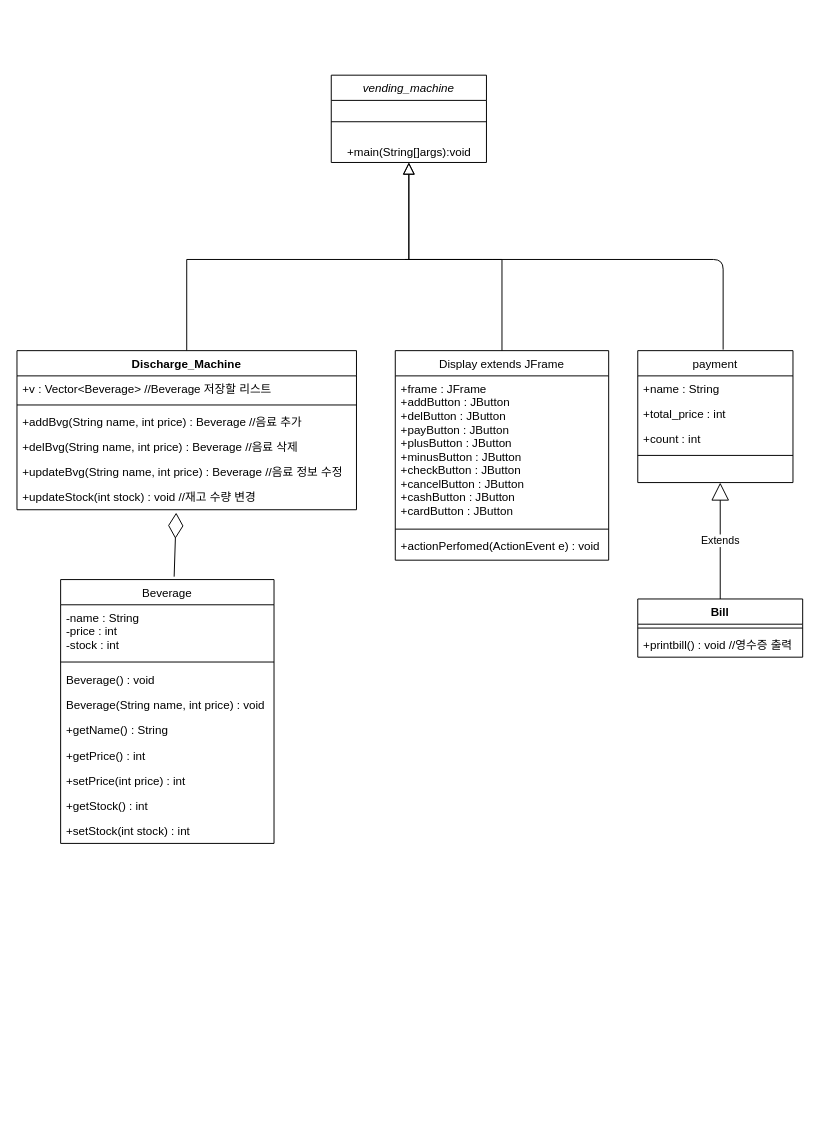
Before: Untitled Diagram.drawio in ans2568/Messenger, a draw.io diagram. Source tidied: cells renumbered, new cells numbered last; positions are measured from the earlier drawing's top-left corner, leaving out a move shared by most shapes. Both pictures are drawn from the tidied source at 97%, with x=0, y=0 at pixel (16, 75).
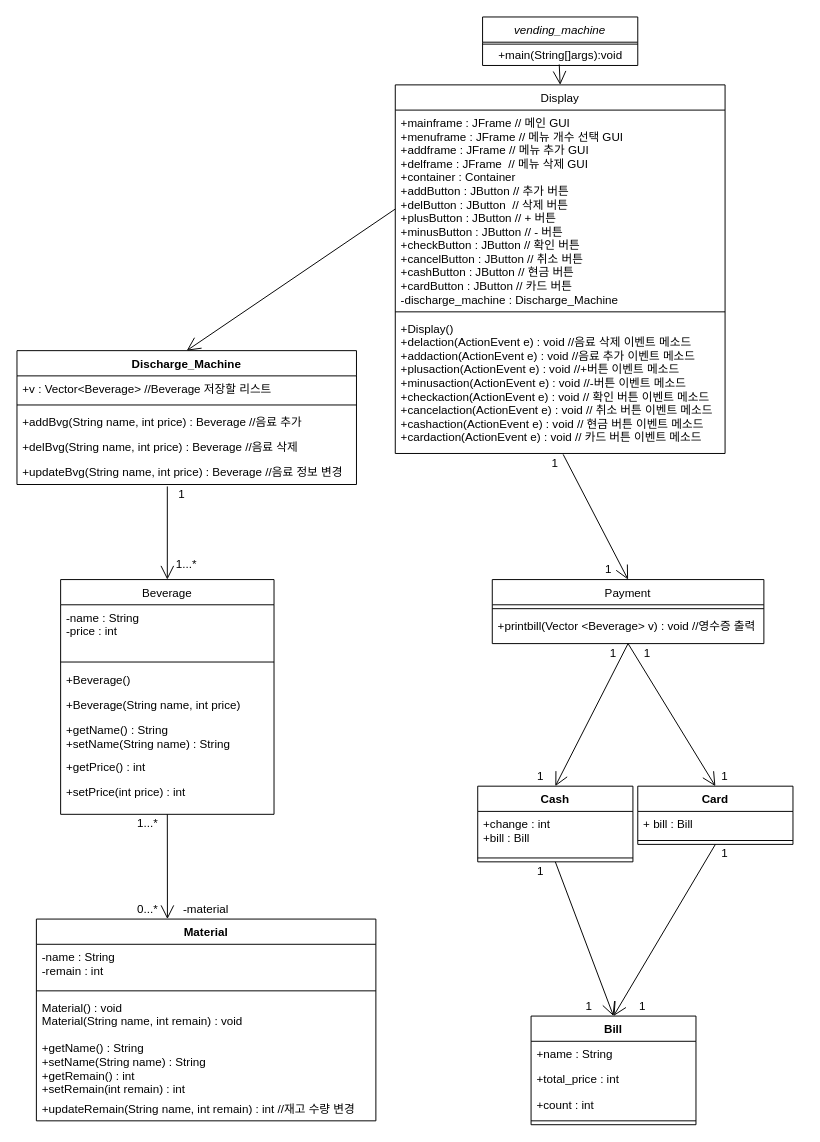
The same page after the edit.

What changed in the source:
```diff
@@
     <mxCell id="2" value="vending_machine" style="swimlane;fontStyle=2;align=center;verticalAlign=top;horizontal=1;startSize=26;rounded=0;shadow=0;strokeWidth=1;" parent="1" vertex="1">
-      <mxGeometry x="324" width="160" height="90" as="geometry" />
+      <mxGeometry x="480" y="-60" width="160" height="50" as="geometry" />
     </mxCell>
     <mxCell id="3" style="line;html=1;strokeWidth=1;align=left;verticalAlign=middle;spacingTop=-1;spacingLeft=3;spacingRight=3;labelPosition=right;" parent="2" vertex="1">
-      <mxGeometry y="26" width="160" height="44" as="geometry" />
+      <mxGeometry y="26" width="160" height="4" as="geometry" />
     </mxCell>
     <mxCell id="4" value="+main(String[]args):void" style="text;html=1;align=center;verticalAlign=middle;points=[];" parent="2" vertex="1">
-      <mxGeometry y="70" width="160" height="20" as="geometry" />
+      <mxGeometry y="30" width="160" height="20" as="geometry" />
     </mxCell>
     <mxCell id="5" value="Beverage" style="swimlane;fontStyle=0;align=center;verticalAlign=top;horizontal=1;startSize=26;rounded=0;shadow=0;strokeWidth=1;" parent="1" vertex="1">
-      <mxGeometry x="45" y="520" width="220" height="272" as="geometry" />
+      <mxGeometry x="45" y="520" width="220" height="242" as="geometry" />
     </mxCell>
-    <mxCell id="6" value="-name : String&#10;-price : int&#10;-stock : int" style="text;align=left;verticalAlign=top;spacingLeft=4;spacingRight=4;overflow=hidden;" parent="5" vertex="1">
+    <mxCell id="6" value="-name : String&#10;-price : int" style="text;align=left;verticalAlign=top;spacingLeft=4;spacingRight=4;overflow=hidden;" parent="5" vertex="1">
       <mxGeometry y="26" width="220" height="54" as="geometry" />
     </mxCell>
@@
-    <mxCell id="8" value="Beverage() : void" style="text;align=left;verticalAlign=top;spacingLeft=4;spacingRight=4;overflow=hidden;" parent="5" vertex="1">
+    <mxCell id="8" value="+Beverage()" style="text;align=left;verticalAlign=top;spacingLeft=4;spacingRight=4;overflow=hidden;" parent="5" vertex="1">
       <mxGeometry y="90" width="220" height="26" as="geometry" />
     </mxCell>
-    <mxCell id="9" value="Beverage(String name, int price) : void" style="text;align=left;verticalAlign=top;spacingLeft=4;spacingRight=4;overflow=hidden;" parent="5" vertex="1">
+    <mxCell id="9" value="+Beverage(String name, int price)" style="text;align=left;verticalAlign=top;spacingLeft=4;spacingRight=4;overflow=hidden;" parent="5" vertex="1">
       <mxGeometry y="116" width="220" height="26" as="geometry" />
     </mxCell>
-    <mxCell id="10" value="+getName() : String" style="text;align=left;verticalAlign=top;spacingLeft=4;spacingRight=4;overflow=hidden;" parent="5" vertex="1">
-      <mxGeometry y="142" width="220" height="26" as="geometry" />
+    <mxCell id="10" value="+getName() : String&#10;+setName(String name) : String" style="text;align=left;verticalAlign=top;spacingLeft=4;spacingRight=4;overflow=hidden;" parent="5" vertex="1">
+      <mxGeometry y="142" width="220" height="38" as="geometry" />
     </mxCell>
     <mxCell id="11" value="+getPrice() : int" style="text;align=left;verticalAlign=top;spacingLeft=4;spacingRight=4;overflow=hidden;" parent="5" vertex="1">
-      <mxGeometry y="168" width="220" height="26" as="geometry" />
+      <mxGeometry y="180" width="220" height="26" as="geometry" />
     </mxCell>
     <mxCell id="12" value="+setPrice(int price) : int" style="text;align=left;verticalAlign=top;spacingLeft=4;spacingRight=4;overflow=hidden;" parent="5" vertex="1">
-      <mxGeometry y="194" width="220" height="26" as="geometry" />
+      <mxGeometry y="206" width="220" height="26" as="geometry" />
     </mxCell>
-    <mxCell id="13" value="+getStock() : int" style="text;align=left;verticalAlign=top;spacingLeft=4;spacingRight=4;overflow=hidden;" parent="5" vertex="1">
-      <mxGeometry y="220" width="220" height="26" as="geometry" />
-    </mxCell>
-    <mxCell id="14" value="+setStock(int stock) : int" style="text;align=left;verticalAlign=top;spacingLeft=4;spacingRight=4;overflow=hidden;" parent="5" vertex="1">
-      <mxGeometry y="246" width="220" height="26" as="geometry" />
-    </mxCell>
-    <mxCell id="15" style="endArrow=block;endSize=10;endFill=0;shadow=0;strokeWidth=1;rounded=0;edgeStyle=elbowEdgeStyle;elbow=vertical;exitX=0.5;exitY=0;exitDx=0;exitDy=0;" parent="1" edge="1" source="30" target="2">
-      <mxGeometry relative="1" as="geometry">
-        <Array as="points">
-          <mxPoint x="100" y="190" />
-        </Array>
-      </mxGeometry>
-    </mxCell>
-    <mxCell id="16" value="Display extends JFrame" style="swimlane;fontStyle=0;align=center;verticalAlign=top;horizontal=1;startSize=26;rounded=0;shadow=0;strokeWidth=1;" parent="1" vertex="1">
-      <mxGeometry x="390" y="284" width="220" height="216" as="geometry" />
+    <mxCell id="16" value="Display" style="swimlane;fontStyle=0;align=center;verticalAlign=top;horizontal=1;startSize=26;rounded=0;shadow=0;strokeWidth=1;" parent="1" vertex="1">
+      <mxGeometry x="390" y="10" width="340" height="380" as="geometry" />
     </mxCell>
-    <mxCell id="17" value="+frame : JFrame&#10;+addButton : JButton&#10;+delButton : JButton&#10;+payButton : JButton&#10;+plusButton : JButton&#10;+minusButton : JButton&#10;+checkButton : JButton&#10;+cancelButton : JButton&#10;+cashButton : JButton&#10;+cardButton : JButton" style="text;align=left;verticalAlign=top;spacingLeft=4;spacingRight=4;overflow=hidden;points=[[0,0.5],[1,0.5]];portConstraint=eastwest;" parent="16" vertex="1">
-      <mxGeometry y="26" width="220" height="154" as="geometry" />
+    <mxCell id="17" value="+mainframe : JFrame // 메인 GUI&#10;+menuframe : JFrame // 메뉴 개수 선택 GUI&#10;+addframe : JFrame // 메뉴 추가 GUI&#10;+delframe : JFrame  // 메뉴 삭제 GUI&#10;+container : Container&#10;+addButton : JButton // 추가 버튼&#10;+delButton : JButton  // 삭제 버튼&#10;+plusButton : JButton // + 버튼&#10;+minusButton : JButton // - 버튼&#10;+checkButton : JButton // 확인 버튼&#10;+cancelButton : JButton // 취소 버튼&#10;+cashButton : JButton // 현금 버튼&#10;+cardButton : JButton // 카드 버튼&#10;-discharge_machine : Discharge_Machine" style="text;align=left;verticalAlign=top;spacingLeft=4;spacingRight=4;overflow=hidden;points=[[0,0.5],[1,0.5]];portConstraint=eastwest;" parent="16" vertex="1">
+      <mxGeometry y="26" width="340" height="204" as="geometry" />
     </mxCell>
     <mxCell id="18" style="line;html=1;strokeWidth=1;align=left;verticalAlign=middle;spacingTop=-1;spacingLeft=3;spacingRight=3;labelPosition=right;" parent="16" vertex="1">
-      <mxGeometry y="180" width="220" height="8" as="geometry" />
+      <mxGeometry y="230" width="340" height="8" as="geometry" />
     </mxCell>
-    <mxCell id="19" value="+actionPerfomed(ActionEvent e) : void" style="text;strokeColor=none;fillColor=none;align=left;verticalAlign=top;spacingLeft=4;spacingRight=4;overflow=hidden;points=[[0,0.5],[1,0.5]];portConstraint=eastwest;" parent="16" vertex="1">
-      <mxGeometry y="188" width="220" height="26" as="geometry" />
+    <mxCell id="19" value="+Display()&#10;+delaction(ActionEvent e) : void //음료 삭제 이벤트 메소드&#10;+addaction(ActionEvent e) : void //음료 추가 이벤트 메소드&#10;+plusaction(ActionEvent e) : void //+버튼 이벤트 메소드&#10;+minusaction(ActionEvent e) : void //-버튼 이벤트 메소드&#10;+checkaction(ActionEvent e) : void // 확인 버튼 이벤트 메소드&#10;+cancelaction(ActionEvent e) : void // 취소 버튼 이벤트 메소드&#10;+cashaction(ActionEvent e) : void // 현금 버튼 이벤트 메소드&#10;+cardaction(ActionEvent e) : void // 카드 버튼 이벤트 메소드" style="text;strokeColor=none;fillColor=none;align=left;verticalAlign=top;spacingLeft=4;spacingRight=4;overflow=hidden;points=[[0,0.5],[1,0.5]];portConstraint=eastwest;" parent="16" vertex="1">
+      <mxGeometry y="238" width="340" height="140" as="geometry" />
     </mxCell>
-    <mxCell id="20" style="endArrow=block;endSize=10;endFill=0;shadow=0;strokeWidth=1;rounded=0;edgeStyle=elbowEdgeStyle;elbow=vertical;exitX=0.5;exitY=0;exitDx=0;exitDy=0;" parent="1" edge="1" source="16" target="2">
-      <mxGeometry relative="1" as="geometry">
-        <Array as="points">
-          <mxPoint x="404" y="190" />
-          <mxPoint x="260" y="190" />
-        </Array>
-      </mxGeometry>
-    </mxCell>
-    <mxCell id="21" value="payment" style="swimlane;fontStyle=0;align=center;verticalAlign=top;horizontal=1;startSize=26;rounded=0;shadow=0;strokeWidth=1;" parent="1" vertex="1">
-      <mxGeometry x="640" y="284" width="160" height="136" as="geometry" />
+    <mxCell id="21" value="Payment" style="swimlane;fontStyle=0;align=center;verticalAlign=top;horizontal=1;startSize=26;rounded=0;shadow=0;strokeWidth=1;" parent="1" vertex="1">
+      <mxGeometry x="490" y="520" width="280" height="66" as="geometry" />
     </mxCell>
+    <mxCell id="25" style="line;html=1;strokeWidth=1;align=left;verticalAlign=middle;spacingTop=-1;spacingLeft=3;spacingRight=3;labelPosition=right;" parent="21" vertex="1">
+      <mxGeometry y="26" width="280" height="8" as="geometry" />
+    </mxCell>
+    <mxCell id="29" value="+printbill(Vector &lt;Beverage&gt; v) : void //영수증 출력&#10;" style="text;align=left;verticalAlign=top;spacingLeft=4;spacingRight=4;overflow=hidden;" parent="21" vertex="1">
+      <mxGeometry y="34" width="280" height="26" as="geometry" />
+    </mxCell>
+    <mxCell id="27" value="Bill" style="swimlane;fontStyle=1;align=center;verticalAlign=top;horizontal=1;startSize=26;fillColor=#ffffff;html=0;" parent="1" vertex="1">
+      <mxGeometry x="530" y="970" width="170" height="112" as="geometry" />
+    </mxCell>
-    <mxCell id="22" value="+name : String" style="text;strokeColor=none;fillColor=none;align=left;verticalAlign=top;spacingLeft=4;spacingRight=4;overflow=hidden;" parent="21" vertex="1">
-      <mxGeometry y="26" width="160" height="26" as="geometry" />
+    <mxCell id="22" value="+name : String" style="text;strokeColor=none;fillColor=none;align=left;verticalAlign=top;spacingLeft=4;spacingRight=4;overflow=hidden;" parent="27" vertex="1">
+      <mxGeometry y="26" width="170" height="26" as="geometry" />
     </mxCell>
-    <mxCell id="23" value="+total_price : int" style="text;align=left;verticalAlign=top;spacingLeft=4;spacingRight=4;overflow=hidden;" parent="21" vertex="1">
-      <mxGeometry y="52" width="160" height="26" as="geometry" />
+    <mxCell id="23" value="+total_price : int" style="text;align=left;verticalAlign=top;spacingLeft=4;spacingRight=4;overflow=hidden;" parent="27" vertex="1">
+      <mxGeometry y="52" width="170" height="26" as="geometry" />
     </mxCell>
-    <mxCell id="24" value="+count : int" style="text;align=left;verticalAlign=top;spacingLeft=4;spacingRight=4;overflow=hidden;rounded=0;shadow=0;html=0;" parent="21" vertex="1">
-      <mxGeometry y="78" width="160" height="26" as="geometry" />
+    <mxCell id="24" value="+count : int" style="text;align=left;verticalAlign=top;spacingLeft=4;spacingRight=4;overflow=hidden;rounded=0;shadow=0;html=0;" parent="27" vertex="1">
+      <mxGeometry y="78" width="170" height="26" as="geometry" />
     </mxCell>
-    <mxCell id="25" style="line;html=1;strokeWidth=1;align=left;verticalAlign=middle;spacingTop=-1;spacingLeft=3;spacingRight=3;labelPosition=right;" parent="21" vertex="1">
-      <mxGeometry y="104" width="160" height="8" as="geometry" />
-    </mxCell>
-    <mxCell id="26" style="endArrow=none;html=1;exitX=0.55;exitY=-0.008;exitDx=0;exitDy=0;exitPerimeter=0;" parent="1" edge="1" source="21">
-      <mxGeometry relative="1" as="geometry">
-        <mxPoint x="400" y="190" as="targetPoint" />
-        <Array as="points">
-          <mxPoint x="728" y="190" />
-          <mxPoint x="490" y="190" />
-        </Array>
-      </mxGeometry>
-    </mxCell>
-    <mxCell id="27" value="Bill" style="swimlane;fontStyle=1;align=center;verticalAlign=top;horizontal=1;startSize=26;fillColor=#ffffff;html=0;" parent="1" vertex="1">
-      <mxGeometry x="640" y="540" width="170" height="60" as="geometry" />
-    </mxCell>
     <mxCell id="28" style="line;strokeWidth=1;fillColor=none;align=left;verticalAlign=middle;spacingTop=-1;spacingLeft=3;spacingRight=3;labelPosition=right;" parent="27" vertex="1">
-      <mxGeometry y="26" width="170" height="8" as="geometry" />
+      <mxGeometry y="104" width="170" height="8" as="geometry" />
     </mxCell>
-    <mxCell id="29" value="+printbill() : void //영수증 출력&#10;" style="text;align=left;verticalAlign=top;spacingLeft=4;spacingRight=4;overflow=hidden;" parent="27" vertex="1">
-      <mxGeometry y="34" width="170" height="26" as="geometry" />
-    </mxCell>
     <mxCell id="30" value="Discharge_Machine" style="swimlane;fontStyle=1;align=center;verticalAlign=top;horizontal=1;startSize=26;fillColor=#ffffff;html=0;" parent="1" vertex="1">
-      <mxGeometry y="284" width="350" height="164" as="geometry" />
+      <mxGeometry y="284" width="350" height="138" as="geometry" />
     </mxCell>
@@
-    <mxCell id="35" value="+updateBvg(String name, int price) : Beverage //음료 정보 수정" style="text;align=left;verticalAlign=top;spacingLeft=4;spacingRight=4;overflow=hidden;" parent="30" vertex="1">
+    <mxCell id="35" value="+updateBvg(String name, int price) : Beverage //음료 정보 변경" style="text;align=left;verticalAlign=top;spacingLeft=4;spacingRight=4;overflow=hidden;" parent="30" vertex="1">
       <mxGeometry y="112" width="350" height="26" as="geometry" />
     </mxCell>
-    <mxCell id="36" value="+updateStock(int stock) : void //재고 수량 변경" style="text;strokeColor=none;fillColor=none;align=left;verticalAlign=top;spacingLeft=4;spacingRight=4;overflow=hidden;points=[[0,0.5],[1,0.5]];portConstraint=eastwest;" parent="30" vertex="1">
-      <mxGeometry y="138" width="350" height="26" as="geometry" />
-    </mxCell>
-    <mxCell id="37" value="Extends" style="endArrow=block;endSize=16;endFill=0;html=1;exitX=0.5;exitY=0;exitDx=0;exitDy=0;" parent="1" edge="1" source="27">
-      <mxGeometry relative="1" as="geometry">
-        <mxPoint x="725" y="420" as="targetPoint" />
-      </mxGeometry>
-    </mxCell>
-    <mxCell id="38" style="endArrow=diamondThin;endFill=0;endSize=24;html=1;entryX=0.469;entryY=1.115;entryDx=0;entryDy=0;entryPerimeter=0;exitX=0.532;exitY=-0.011;exitDx=0;exitDy=0;exitPerimeter=0;" parent="1" edge="1" source="5" target="36">
-      <mxGeometry relative="1" as="geometry" />
-    </mxCell>
+    <mxCell id="39" value="Material" style="swimlane;fontStyle=1;align=center;verticalAlign=top;horizontal=1;startSize=26;" parent="1" vertex="1">
+      <mxGeometry x="20" y="870" width="350" height="208" as="geometry" />
+    </mxCell>
+    <mxCell id="40" value="-name : String&#10;-remain : int" style="text;strokeColor=none;fillColor=none;align=left;verticalAlign=top;spacingLeft=4;spacingRight=4;overflow=hidden;" parent="39" vertex="1">
+      <mxGeometry y="26" width="350" height="44" as="geometry" />
+    </mxCell>
+    <mxCell id="41" style="line;strokeWidth=1;fillColor=none;align=left;verticalAlign=middle;spacingTop=-1;spacingLeft=3;spacingRight=3;labelPosition=right;" parent="39" vertex="1">
+      <mxGeometry y="70" width="350" height="8" as="geometry" />
+    </mxCell>
+    <mxCell id="42" value="Material() : void&#10;Material(String name, int remain) : void" style="text;strokeColor=none;fillColor=none;align=left;verticalAlign=top;spacingLeft=4;spacingRight=4;overflow=hidden;" parent="39" vertex="1">
+      <mxGeometry y="78" width="350" height="42" as="geometry" />
+    </mxCell>
+    <mxCell id="43" value="+getName() : String&#10;+setName(String name) : String&#10;+getRemain() : int&#10;+setRemain(int remain) : int" style="text;strokeColor=none;fillColor=none;align=left;verticalAlign=top;spacingLeft=4;spacingRight=4;overflow=hidden;" parent="39" vertex="1">
+      <mxGeometry y="120" width="350" height="62" as="geometry" />
+    </mxCell>
+    <mxCell id="44" value="+updateRemain(String name, int remain) : int //재고 수량 변경" style="text;strokeColor=none;fillColor=none;align=left;verticalAlign=top;spacingLeft=4;spacingRight=4;overflow=hidden;" parent="39" vertex="1">
+      <mxGeometry y="182" width="350" height="26" as="geometry" />
+    </mxCell>
+    <mxCell id="45" style="endArrow=open;endFill=1;endSize=12;html=1;exitX=0.5;exitY=1;exitDx=0;exitDy=0;entryX=0.386;entryY=0;entryDx=0;entryDy=0;entryPerimeter=0;" parent="1" edge="1" source="5" target="39">
+      <mxGeometry relative="1" as="geometry" />
+    </mxCell>
+    <mxCell id="46" value="-material" style="text;html=1;strokeColor=none;fillColor=none;align=center;verticalAlign=middle;whiteSpace=wrap;rounded=0;" parent="1" vertex="1">
+      <mxGeometry x="160" y="850" width="70" height="20" as="geometry" />
+    </mxCell>
+    <mxCell id="47" style="endArrow=open;endFill=1;endSize=12;html=1;entryX=0.5;entryY=0;entryDx=0;entryDy=0;" parent="1" edge="1" target="5">
+      <mxGeometry relative="1" as="geometry">
+        <mxPoint x="155" y="424" as="sourcePoint" />
+      </mxGeometry>
+    </mxCell>
+    <mxCell id="48" value="1" style="text;html=1;strokeColor=none;fillColor=none;align=center;verticalAlign=middle;whiteSpace=wrap;rounded=0;" parent="1" vertex="1">
+      <mxGeometry x="160" y="422" width="20" height="20" as="geometry" />
+    </mxCell>
+    <mxCell id="49" value="1...*" style="text;html=1;strokeColor=none;fillColor=none;align=center;verticalAlign=middle;whiteSpace=wrap;rounded=0;" parent="1" vertex="1">
+      <mxGeometry x="160" y="495" width="30" height="20" as="geometry" />
+    </mxCell>
+    <mxCell id="50" value="Cash" style="swimlane;fontStyle=1;align=center;verticalAlign=top;horizontal=1;startSize=26;" parent="1" vertex="1">
+      <mxGeometry x="475" y="733" width="160" height="78" as="geometry" />
+    </mxCell>
+    <mxCell id="51" value="+change : int&#10;+bill : Bill" style="text;strokeColor=none;fillColor=none;align=left;verticalAlign=top;spacingLeft=4;spacingRight=4;overflow=hidden;" parent="50" vertex="1">
+      <mxGeometry y="26" width="160" height="44" as="geometry" />
+    </mxCell>
+    <mxCell id="52" style="line;strokeWidth=1;fillColor=none;align=left;verticalAlign=middle;spacingTop=-1;spacingLeft=3;spacingRight=3;labelPosition=right;" parent="50" vertex="1">
+      <mxGeometry y="70" width="160" height="8" as="geometry" />
+    </mxCell>
+    <mxCell id="53" value="Card" style="swimlane;fontStyle=1;align=center;verticalAlign=top;horizontal=1;startSize=26;" parent="1" vertex="1">
+      <mxGeometry x="640" y="733" width="160" height="60" as="geometry" />
+    </mxCell>
+    <mxCell id="54" value="+ bill : Bill" style="text;strokeColor=none;fillColor=none;align=left;verticalAlign=top;spacingLeft=4;spacingRight=4;overflow=hidden;" parent="53" vertex="1">
+      <mxGeometry y="26" width="160" height="26" as="geometry" />
+    </mxCell>
+    <mxCell id="55" style="line;strokeWidth=1;fillColor=none;align=left;verticalAlign=middle;spacingTop=-1;spacingLeft=3;spacingRight=3;labelPosition=right;" parent="53" vertex="1">
+      <mxGeometry y="52" width="160" height="8" as="geometry" />
+    </mxCell>
+    <mxCell id="56" style="endArrow=open;endFill=1;endSize=12;html=1;exitX=0.5;exitY=1;exitDx=0;exitDy=0;entryX=0.5;entryY=0;entryDx=0;entryDy=0;" parent="1" edge="1" source="50" target="27">
+      <mxGeometry relative="1" as="geometry" />
+    </mxCell>
+    <mxCell id="57" style="endArrow=open;endFill=1;endSize=12;html=1;entryX=0.5;entryY=0;entryDx=0;entryDy=0;exitX=0.5;exitY=1;exitDx=0;exitDy=0;" parent="1" edge="1" source="53" target="27">
+      <mxGeometry relative="1" as="geometry" />
+    </mxCell>
+    <mxCell id="58" style="endArrow=open;endFill=1;endSize=12;html=1;entryX=0.5;entryY=0;entryDx=0;entryDy=0;exitX=0.5;exitY=1;exitDx=0;exitDy=0;" parent="1" edge="1" source="21" target="50">
+      <mxGeometry relative="1" as="geometry" />
+    </mxCell>
+    <mxCell id="59" style="endArrow=open;endFill=1;endSize=12;html=1;entryX=0.5;entryY=0;entryDx=0;entryDy=0;exitX=0.5;exitY=1;exitDx=0;exitDy=0;" parent="1" edge="1" source="21" target="53">
+      <mxGeometry relative="1" as="geometry" />
+    </mxCell>
+    <mxCell id="60" value="1" style="text;html=1;strokeColor=none;fillColor=none;align=center;verticalAlign=middle;whiteSpace=wrap;rounded=0;" parent="1" vertex="1">
+      <mxGeometry x="580" y="950" width="20" height="20" as="geometry" />
+    </mxCell>
+    <mxCell id="61" value="1" style="text;html=1;strokeColor=none;fillColor=none;align=center;verticalAlign=middle;whiteSpace=wrap;rounded=0;" parent="1" vertex="1">
+      <mxGeometry x="530" y="811" width="20" height="20" as="geometry" />
+    </mxCell>
+    <mxCell id="62" value="1" style="text;html=1;strokeColor=none;fillColor=none;align=center;verticalAlign=middle;whiteSpace=wrap;rounded=0;" parent="1" vertex="1">
+      <mxGeometry x="720" y="793" width="20" height="20" as="geometry" />
+    </mxCell>
+    <mxCell id="63" value="1" style="text;html=1;strokeColor=none;fillColor=none;align=center;verticalAlign=middle;whiteSpace=wrap;rounded=0;" parent="1" vertex="1">
+      <mxGeometry x="635" y="950" width="20" height="20" as="geometry" />
+    </mxCell>
+    <mxCell id="64" value="1" style="text;html=1;strokeColor=none;fillColor=none;align=center;verticalAlign=middle;whiteSpace=wrap;rounded=0;" parent="1" vertex="1">
+      <mxGeometry x="640" y="586" width="20" height="20" as="geometry" />
+    </mxCell>
+    <mxCell id="65" value="1" style="text;html=1;strokeColor=none;fillColor=none;align=center;verticalAlign=middle;whiteSpace=wrap;rounded=0;" parent="1" vertex="1">
+      <mxGeometry x="720" y="713" width="20" height="20" as="geometry" />
+    </mxCell>
+    <mxCell id="66" value="1" style="text;html=1;strokeColor=none;fillColor=none;align=center;verticalAlign=middle;whiteSpace=wrap;rounded=0;" parent="1" vertex="1">
+      <mxGeometry x="530" y="713" width="20" height="20" as="geometry" />
+    </mxCell>
+    <mxCell id="67" value="1" style="text;html=1;strokeColor=none;fillColor=none;align=center;verticalAlign=middle;whiteSpace=wrap;rounded=0;" parent="1" vertex="1">
+      <mxGeometry x="605" y="586" width="20" height="20" as="geometry" />
+    </mxCell>
+    <mxCell id="68" style="endArrow=open;endFill=1;endSize=12;html=1;entryX=0.5;entryY=0;entryDx=0;entryDy=0;exitX=0;exitY=0.5;exitDx=0;exitDy=0;" parent="1" edge="1" source="17" target="30">
+      <mxGeometry relative="1" as="geometry" />
+    </mxCell>
+    <mxCell id="69" style="endArrow=open;endFill=1;endSize=12;html=1;entryX=0.5;entryY=0;entryDx=0;entryDy=0;exitX=0.494;exitY=0.95;exitDx=0;exitDy=0;exitPerimeter=0;" parent="1" edge="1" source="4" target="16">
+      <mxGeometry relative="1" as="geometry" />
+    </mxCell>
+    <mxCell id="70" style="endArrow=open;endFill=1;endSize=12;html=1;entryX=0.5;entryY=0;entryDx=0;entryDy=0;exitX=0.509;exitY=1.021;exitDx=0;exitDy=0;exitPerimeter=0;" parent="1" edge="1" source="19" target="21">
+      <mxGeometry relative="1" as="geometry" />
+    </mxCell>
+    <mxCell id="71" value="1...*" style="text;html=1;strokeColor=none;fillColor=none;align=center;verticalAlign=middle;whiteSpace=wrap;rounded=0;" parent="1" vertex="1">
+      <mxGeometry x="120" y="762" width="30" height="20" as="geometry" />
+    </mxCell>
+    <mxCell id="72" value="0...*" style="text;html=1;strokeColor=none;fillColor=none;align=center;verticalAlign=middle;whiteSpace=wrap;rounded=0;" parent="1" vertex="1">
+      <mxGeometry x="120" y="850" width="30" height="20" as="geometry" />
+    </mxCell>
+    <mxCell id="73" value="1" style="text;html=1;strokeColor=none;fillColor=none;align=center;verticalAlign=middle;whiteSpace=wrap;rounded=0;" parent="1" vertex="1">
+      <mxGeometry x="600" y="500" width="20" height="20" as="geometry" />
+    </mxCell>
+    <mxCell id="74" value="1" style="text;html=1;strokeColor=none;fillColor=none;align=center;verticalAlign=middle;whiteSpace=wrap;rounded=0;" parent="1" vertex="1">
+      <mxGeometry x="545" y="390" width="20" height="20" as="geometry" />
+    </mxCell>
```
